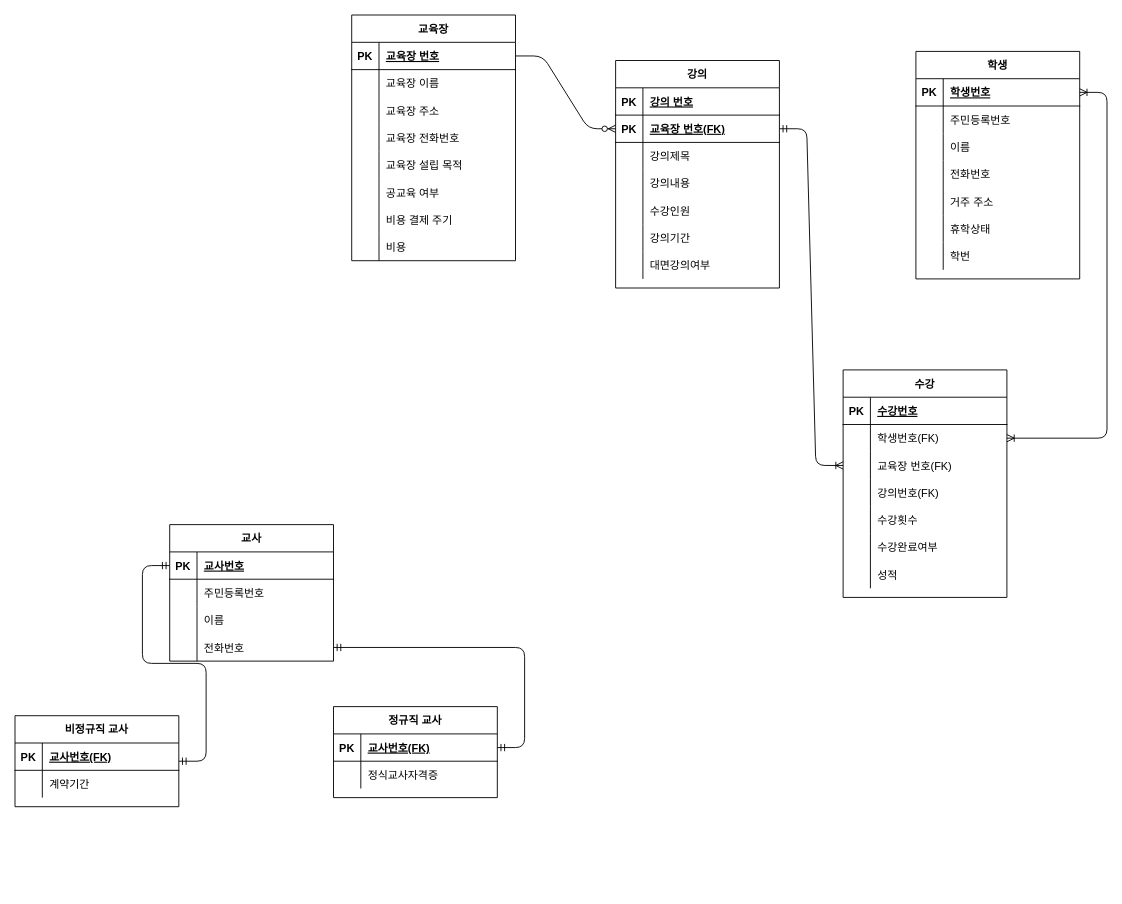
Before: Untitled Diagram.drawio in iks15174/block_crash_javascripte, a draw.io diagram. Source tidied: cells renumbered, new cells numbered last; positions are measured from the earlier drawing's top-left corner, leaving out a move shared by most shapes. Both pictures are drawn from the tidied source at 91%, with x=0, y=0 at pixel (15, 15).
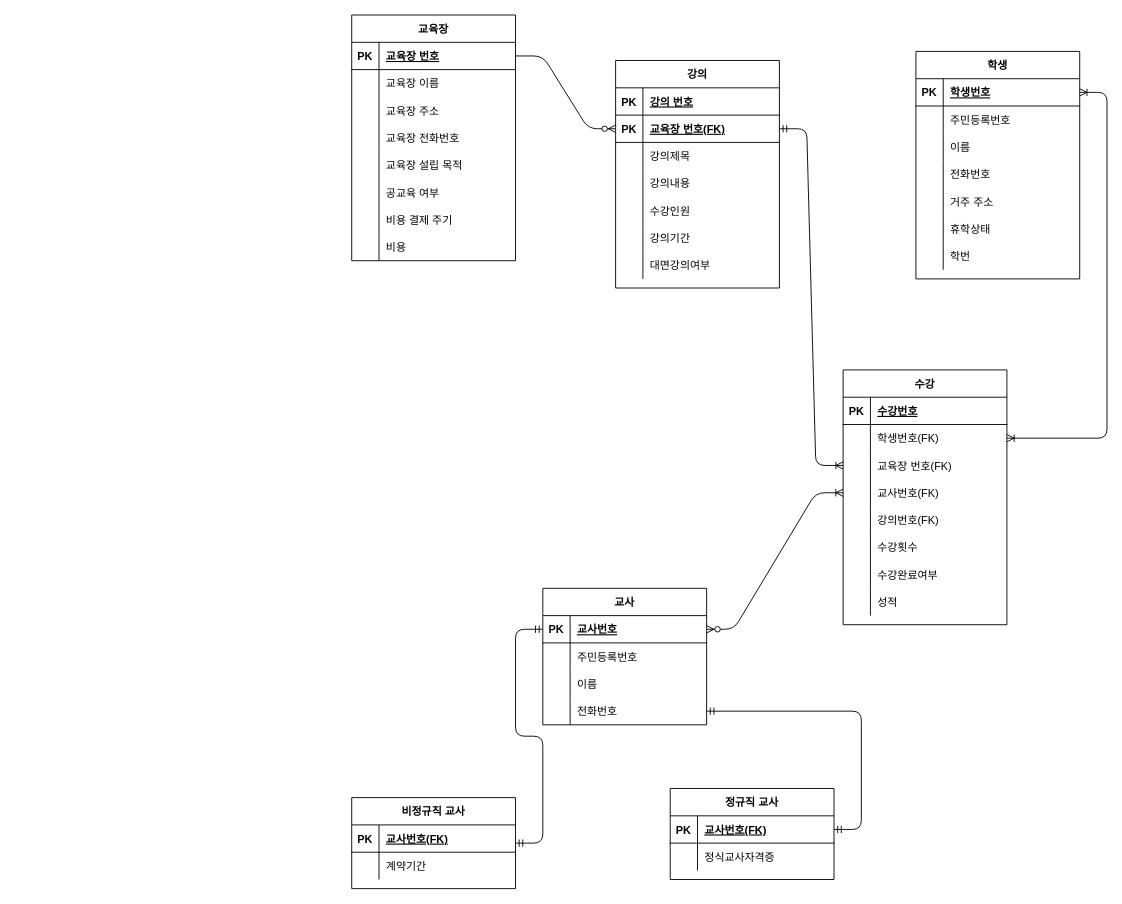
Above is the later version.

Unchanged cells that the change refers to:
```xml
<mxCell id="95" style="shape=partialRectangle;fillColor=none;top=0;left=0;bottom=1;right=0;points=[[0,0.5],[1,0.5]];portConstraint=eastwest;" parent="94" vertex="1">
  <mxGeometry y="30" width="180" height="30" as="geometry" />
</mxCell>
```

What changed in the source:
```diff
@@
     <mxCell id="49" value="수강" style="shape=table;startSize=30;childLayout=tableLayout;rowLines=0;fontStyle=1;align=center;" parent="1" vertex="1">
-      <mxGeometry x="910" y="390" width="180" height="250" as="geometry" />
+      <mxGeometry x="910" y="390" width="180" height="280" as="geometry" />
     </mxCell>
@@
+    <mxCell id="125" style="shape=partialRectangle;fillColor=none;top=0;left=0;bottom=0;right=0;points=[[0,0.5],[1,0.5]];portConstraint=eastwest;" parent="49" vertex="1">
+      <mxGeometry y="120" width="180" height="30" as="geometry" />
+    </mxCell>
+    <mxCell id="126" style="shape=partialRectangle;fillColor=none;top=0;left=0;bottom=0;right=0;overflow=hidden;" parent="125" vertex="1">
+      <mxGeometry width="30" height="30" as="geometry" />
+    </mxCell>
+    <mxCell id="127" value="교사번호(FK)" style="shape=partialRectangle;fillColor=none;top=0;left=0;bottom=0;right=0;align=left;spacingLeft=6;overflow=hidden;" parent="125" vertex="1">
+      <mxGeometry x="30" width="150" height="30" as="geometry" />
+    </mxCell>
     <mxCell id="59" style="shape=partialRectangle;fillColor=none;top=0;left=0;bottom=0;right=0;" parent="49" vertex="1">
-      <mxGeometry y="120" width="180" height="30" as="geometry" />
+      <mxGeometry y="150" width="180" height="30" as="geometry" />
     </mxCell>
@@
     <mxCell id="62" style="shape=partialRectangle;fillColor=none;top=0;left=0;bottom=0;right=0;" parent="49" vertex="1">
-      <mxGeometry y="150" width="180" height="30" as="geometry" />
+      <mxGeometry y="180" width="180" height="30" as="geometry" />
     </mxCell>
@@
     <mxCell id="65" style="shape=partialRectangle;fillColor=none;top=0;left=0;bottom=0;right=0;" parent="49" vertex="1">
-      <mxGeometry y="180" width="180" height="30" as="geometry" />
+      <mxGeometry y="210" width="180" height="30" as="geometry" />
     </mxCell>
@@
     <mxCell id="68" style="shape=partialRectangle;fillColor=none;top=0;left=0;bottom=0;right=0;" parent="49" vertex="1">
-      <mxGeometry y="210" width="180" height="30" as="geometry" />
+      <mxGeometry y="240" width="180" height="30" as="geometry" />
     </mxCell>
@@
     <mxCell id="94" value="교사" style="shape=table;startSize=30;childLayout=tableLayout;rowLines=0;fontStyle=1;align=center;" parent="1" vertex="1">
-      <mxGeometry x="170" y="560" width="180" height="150" as="geometry" />
+      <mxGeometry x="580" y="630" width="180" height="150" as="geometry" />
     </mxCell>
@@
     <mxCell id="107" value="정규직 교사" style="shape=table;startSize=30;childLayout=tableLayout;rowLines=0;fontStyle=1;align=center;" parent="1" vertex="1">
-      <mxGeometry x="350" y="760" width="180" height="100" as="geometry" />
+      <mxGeometry x="720" y="850" width="180" height="100" as="geometry" />
     </mxCell>
@@
     <mxCell id="114" value="비정규직 교사" style="shape=table;startSize=30;childLayout=tableLayout;rowLines=0;fontStyle=1;align=center;" parent="1" vertex="1">
-      <mxGeometry y="770" width="180" height="100" as="geometry" />
+      <mxGeometry x="370" y="860" width="180" height="100" as="geometry" />
     </mxCell>
@@
-    <mxCell id="122" style="edgeStyle=entityRelationEdgeStyle;fontSize=12;html=1;endArrow=ERmandOne;startArrow=ERmandOne;" parent="1" edge="1" source="114">
-      <mxGeometry relative="1" as="geometry">
-        <mxPoint x="170" y="605" as="targetPoint" />
-      </mxGeometry>
+    <mxCell id="122" style="edgeStyle=entityRelationEdgeStyle;fontSize=12;html=1;endArrow=ERmandOne;startArrow=ERmandOne;entryX=0;entryY=0.5;entryDx=0;entryDy=0;" parent="1" edge="1" source="114" target="95">
+      <mxGeometry relative="1" as="geometry" />
     </mxCell>
@@
+    <mxCell id="128" style="edgeStyle=entityRelationEdgeStyle;fontSize=12;html=1;endArrow=ERoneToMany;startArrow=ERzeroToMany;exitX=1;exitY=0.5;exitDx=0;exitDy=0;" parent="1" edge="1" source="95" target="125">
+      <mxGeometry relative="1" as="geometry" />
+    </mxCell>
```
